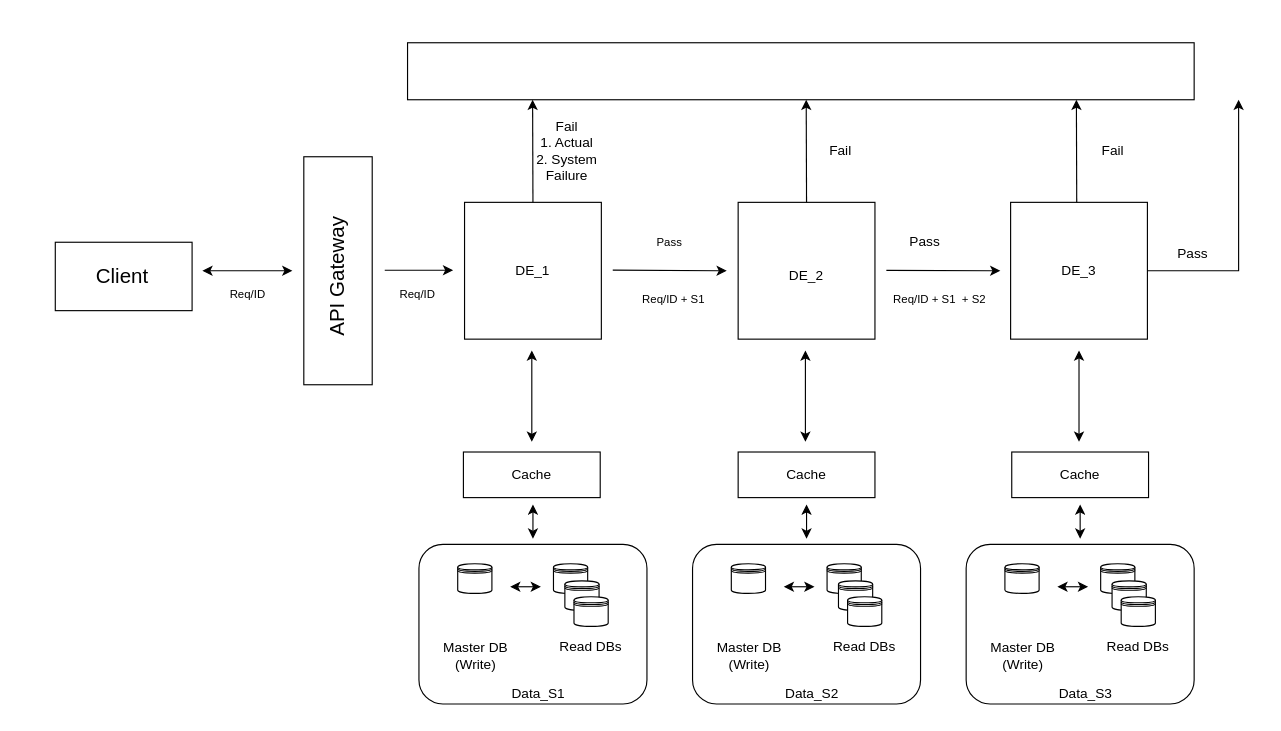
The draw.io diagram StackedDecisionEngine.drawio in ankitverma5859/drawio, before the edit. Source tidied: cells renumbered, new cells numbered last; positions are measured from the earlier drawing's top-left corner, leaving out a move shared by most shapes. Both pictures are drawn from the tidied source at 114%, with x=0, y=0 at pixel (19, 42).
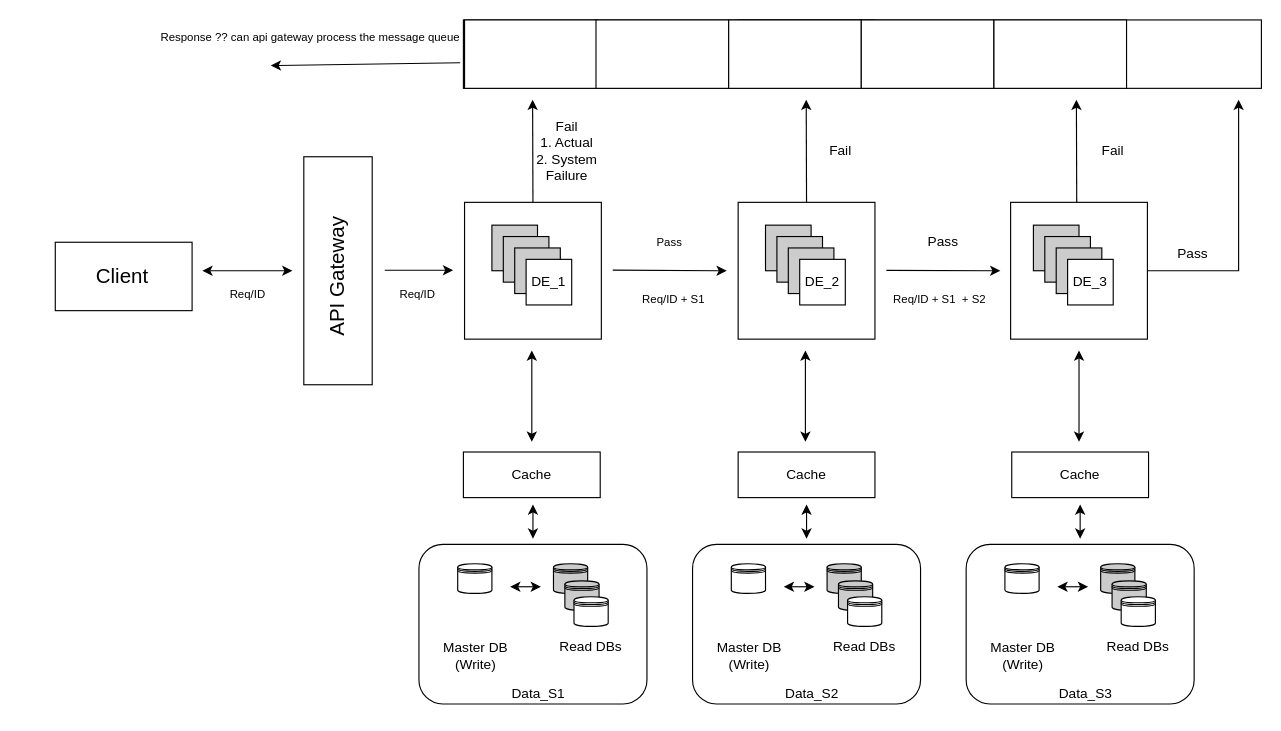
The same diagram, later.

Change to the diagram source:
```diff
@@
-    <mxCell id="7" value="DE_1" style="text;html=1;strokeColor=none;fillColor=none;align=center;verticalAlign=middle;whiteSpace=wrap;rounded=0;" parent="1" vertex="1">
-      <mxGeometry x="420" y="185" width="60" height="30" as="geometry" />
-    </mxCell>
-    <mxCell id="8" value="DE_2" style="text;html=1;strokeColor=none;fillColor=none;align=center;verticalAlign=middle;whiteSpace=wrap;rounded=0;" parent="1" vertex="1">
-      <mxGeometry x="660" y="190" width="60" height="30" as="geometry" />
-    </mxCell>
-    <mxCell id="9" value="DE_3" style="text;html=1;strokeColor=none;fillColor=none;align=center;verticalAlign=middle;whiteSpace=wrap;rounded=0;" parent="1" vertex="1">
-      <mxGeometry x="899" y="185" width="60" height="30" as="geometry" />
-    </mxCell>
-    <mxCell id="10" style="rounded=0;whiteSpace=wrap;html=1;" parent="1" vertex="1">
-      <mxGeometry x="340" width="690" height="50" as="geometry" />
-    </mxCell>
@@
     <mxCell id="17" value="Pass" style="text;html=1;strokeColor=none;fillColor=none;align=center;verticalAlign=middle;whiteSpace=wrap;rounded=0;" parent="1" vertex="1">
-      <mxGeometry x="764" y="160" width="60" height="30" as="geometry" />
+      <mxGeometry x="780" y="160" width="60" height="30" as="geometry" />
     </mxCell>
@@
-    <mxCell id="40" style="shape=datastore;whiteSpace=wrap;html=1;" parent="1" vertex="1">
+    <mxCell id="40" style="shape=datastore;whiteSpace=wrap;html=1;fillColor=#cccccc;" parent="1" vertex="1">
       <mxGeometry x="468" y="457" width="30" height="26" as="geometry" />
     </mxCell>
-    <mxCell id="41" style="shape=datastore;whiteSpace=wrap;html=1;" parent="1" vertex="1">
+    <mxCell id="41" style="shape=datastore;whiteSpace=wrap;html=1;fillColor=#cccccc;" parent="1" vertex="1">
       <mxGeometry x="478" y="472" width="30" height="26" as="geometry" />
     </mxCell>
@@
-    <mxCell id="49" style="shape=datastore;whiteSpace=wrap;html=1;" parent="1" vertex="1">
+    <mxCell id="49" style="shape=datastore;whiteSpace=wrap;html=1;fillColor=#cccccc;" parent="1" vertex="1">
       <mxGeometry x="708" y="457" width="30" height="26" as="geometry" />
     </mxCell>
-    <mxCell id="50" style="shape=datastore;whiteSpace=wrap;html=1;" parent="1" vertex="1">
+    <mxCell id="50" style="shape=datastore;whiteSpace=wrap;html=1;fillColor=#cccccc;" parent="1" vertex="1">
       <mxGeometry x="718" y="472" width="30" height="26" as="geometry" />
     </mxCell>
@@
-    <mxCell id="58" style="shape=datastore;whiteSpace=wrap;html=1;" parent="1" vertex="1">
+    <mxCell id="58" style="shape=datastore;whiteSpace=wrap;html=1;fillColor=#cccccc;" parent="1" vertex="1">
       <mxGeometry x="948" y="457" width="30" height="26" as="geometry" />
     </mxCell>
-    <mxCell id="59" style="shape=datastore;whiteSpace=wrap;html=1;" parent="1" vertex="1">
+    <mxCell id="59" style="shape=datastore;whiteSpace=wrap;html=1;fillColor=#cccccc;" parent="1" vertex="1">
       <mxGeometry x="958" y="472" width="30" height="26" as="geometry" />
     </mxCell>
@@
+    <mxCell id="72" style="group;" parent="1" vertex="1">
+      <mxGeometry x="889" y="160" width="80" height="70" as="geometry" />
+    </mxCell>
+    <mxCell id="73" style="whiteSpace=wrap;html=1;fillColor=#CCCCCC;" parent="72" vertex="1">
+      <mxGeometry width="40" height="40" as="geometry" />
+    </mxCell>
+    <mxCell id="74" style="whiteSpace=wrap;html=1;fillColor=#CCCCCC;" parent="72" vertex="1">
+      <mxGeometry x="10" y="10" width="40" height="40" as="geometry" />
+    </mxCell>
+    <mxCell id="75" style="whiteSpace=wrap;html=1;fillColor=#CCCCCC;" parent="72" vertex="1">
+      <mxGeometry x="20" y="20" width="40" height="40" as="geometry" />
+    </mxCell>
+    <mxCell id="76" style="whiteSpace=wrap;html=1;" parent="72" vertex="1">
+      <mxGeometry x="30" y="30" width="40" height="40" as="geometry" />
+    </mxCell>
+    <mxCell id="9" value="DE_3" style="text;html=1;strokeColor=none;fillColor=none;align=center;verticalAlign=middle;whiteSpace=wrap;rounded=0;" parent="72" vertex="1">
+      <mxGeometry x="20" y="35" width="60" height="30" as="geometry" />
+    </mxCell>
+    <mxCell id="77" style="group;" parent="1" vertex="1">
+      <mxGeometry x="654" y="160" width="80" height="70" as="geometry" />
+    </mxCell>
+    <mxCell id="78" style="whiteSpace=wrap;html=1;fillColor=#CCCCCC;" parent="77" vertex="1">
+      <mxGeometry width="40" height="40" as="geometry" />
+    </mxCell>
+    <mxCell id="79" style="whiteSpace=wrap;html=1;fillColor=#CCCCCC;" parent="77" vertex="1">
+      <mxGeometry x="10" y="10" width="40" height="40" as="geometry" />
+    </mxCell>
+    <mxCell id="80" style="whiteSpace=wrap;html=1;fillColor=#CCCCCC;" parent="77" vertex="1">
+      <mxGeometry x="20" y="20" width="40" height="40" as="geometry" />
+    </mxCell>
+    <mxCell id="81" style="whiteSpace=wrap;html=1;" parent="77" vertex="1">
+      <mxGeometry x="30" y="30" width="40" height="40" as="geometry" />
+    </mxCell>
+    <mxCell id="8" value="DE_2" style="text;html=1;strokeColor=none;fillColor=none;align=center;verticalAlign=middle;whiteSpace=wrap;rounded=0;" parent="77" vertex="1">
+      <mxGeometry x="20" y="35" width="60" height="30" as="geometry" />
+    </mxCell>
+    <mxCell id="82" style="group;" parent="1" vertex="1">
+      <mxGeometry x="414" y="160" width="80" height="70" as="geometry" />
+    </mxCell>
+    <mxCell id="83" style="whiteSpace=wrap;html=1;fillColor=#CCCCCC;" parent="82" vertex="1">
+      <mxGeometry width="40" height="40" as="geometry" />
+    </mxCell>
+    <mxCell id="84" style="whiteSpace=wrap;html=1;fillColor=#CCCCCC;" parent="82" vertex="1">
+      <mxGeometry x="10" y="10" width="40" height="40" as="geometry" />
+    </mxCell>
+    <mxCell id="85" style="whiteSpace=wrap;html=1;fillColor=#CCCCCC;" parent="82" vertex="1">
+      <mxGeometry x="20" y="20" width="40" height="40" as="geometry" />
+    </mxCell>
+    <mxCell id="86" style="whiteSpace=wrap;html=1;" parent="82" vertex="1">
+      <mxGeometry x="30" y="30" width="40" height="40" as="geometry" />
+    </mxCell>
+    <mxCell id="7" value="DE_1" style="text;html=1;strokeColor=none;fillColor=none;align=center;verticalAlign=middle;whiteSpace=wrap;rounded=0;" parent="82" vertex="1">
+      <mxGeometry x="20" y="35" width="60" height="30" as="geometry" />
+    </mxCell>
+    <mxCell id="87" style="rounded=0;whiteSpace=wrap;html=1;" parent="1" vertex="1">
+      <mxGeometry x="630" y="-20" width="120" height="60" as="geometry" />
+    </mxCell>
+    <mxCell id="88" style="group;" parent="1" vertex="1">
+      <mxGeometry x="389" y="-20" width="700" height="60" as="geometry" />
+    </mxCell>
+    <mxCell id="89" style="rounded=0;whiteSpace=wrap;html=1;" parent="88" vertex="1">
+      <mxGeometry width="700" height="60" as="geometry" />
+    </mxCell>
+    <mxCell id="90" style="rounded=0;whiteSpace=wrap;html=1;" parent="88" vertex="1">
+      <mxGeometry x="1" width="116.3" height="60" as="geometry" />
+    </mxCell>
+    <mxCell id="91" style="rounded=0;whiteSpace=wrap;html=1;" parent="88" vertex="1">
+      <mxGeometry x="116.3" width="116.3" height="60" as="geometry" />
+    </mxCell>
+    <mxCell id="92" style="rounded=0;whiteSpace=wrap;html=1;" parent="88" vertex="1">
+      <mxGeometry x="232.7" width="116.3" height="60" as="geometry" />
+    </mxCell>
+    <mxCell id="93" style="rounded=0;whiteSpace=wrap;html=1;" parent="88" vertex="1">
+      <mxGeometry x="349" width="116.3" height="60" as="geometry" />
+    </mxCell>
+    <mxCell id="94" style="rounded=0;whiteSpace=wrap;html=1;" parent="88" vertex="1">
+      <mxGeometry x="465.4" width="116.3" height="60" as="geometry" />
+    </mxCell>
+    <mxCell id="95" style="endArrow=classic;html=1;rounded=0;exitX=-0.033;exitY=0.626;exitDx=0;exitDy=0;exitPerimeter=0;" parent="1" edge="1" source="90">
+      <mxGeometry relative="1" as="geometry">
+        <mxPoint x="220" y="20" as="targetPoint" />
+      </mxGeometry>
+    </mxCell>
+    <mxCell id="96" value="&lt;span style=&quot;font-size: 10px;&quot;&gt;Response ?? can api gateway process the message queue&lt;/span&gt;" style="text;html=1;strokeColor=none;fillColor=none;align=center;verticalAlign=middle;whiteSpace=wrap;rounded=0;" parent="1" vertex="1">
+      <mxGeometry x="120" y="-20" width="270" height="30" as="geometry" />
+    </mxCell>
```
